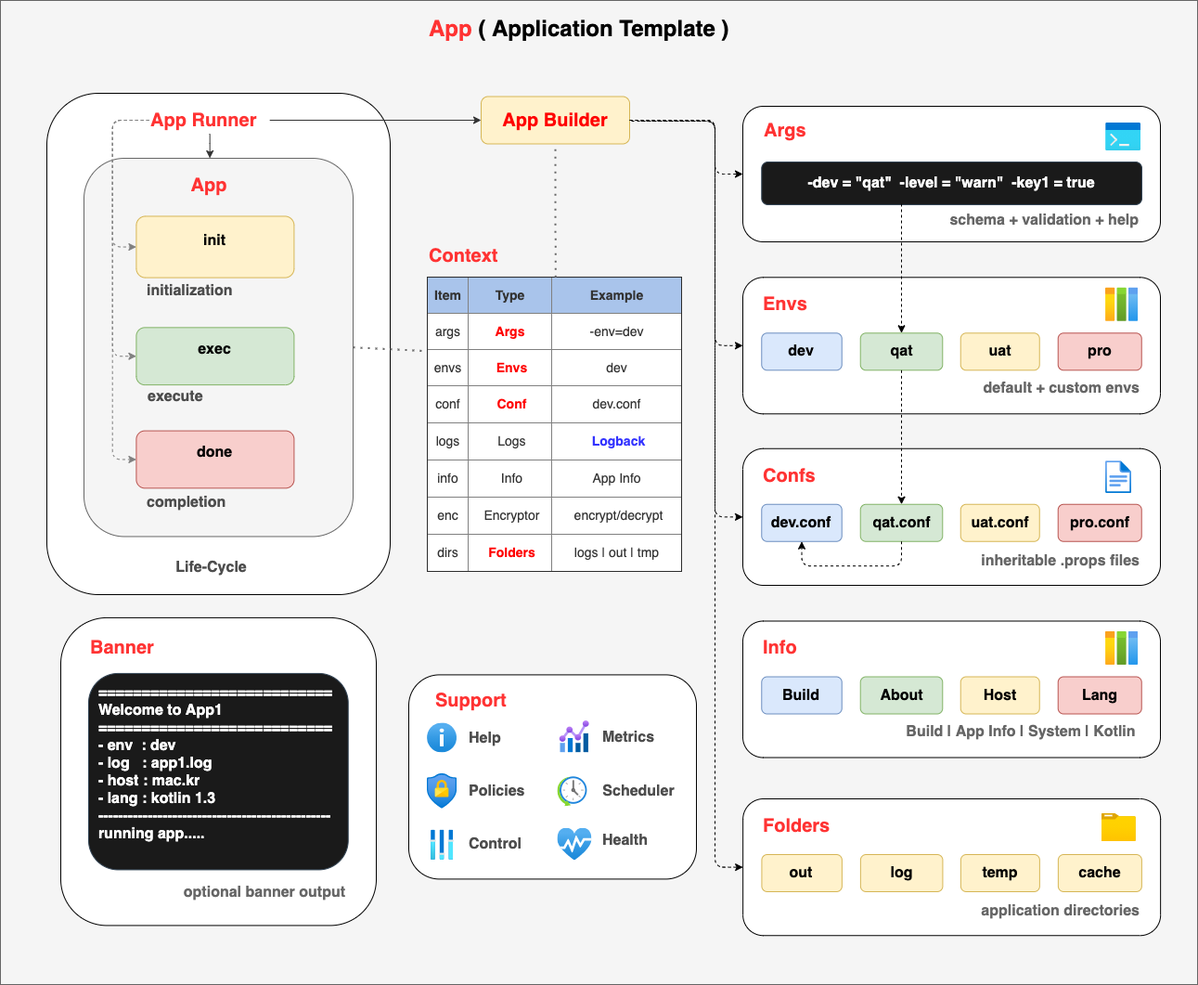
This is doc/diagrams/slatekit-app.png from slatekit/kiit, a draw.io export, as it was before one commit. Source tidied: cells renumbered, new cells last; positions are measured from the earlier drawing's top-left corner, leaving out a move shared by most shapes.
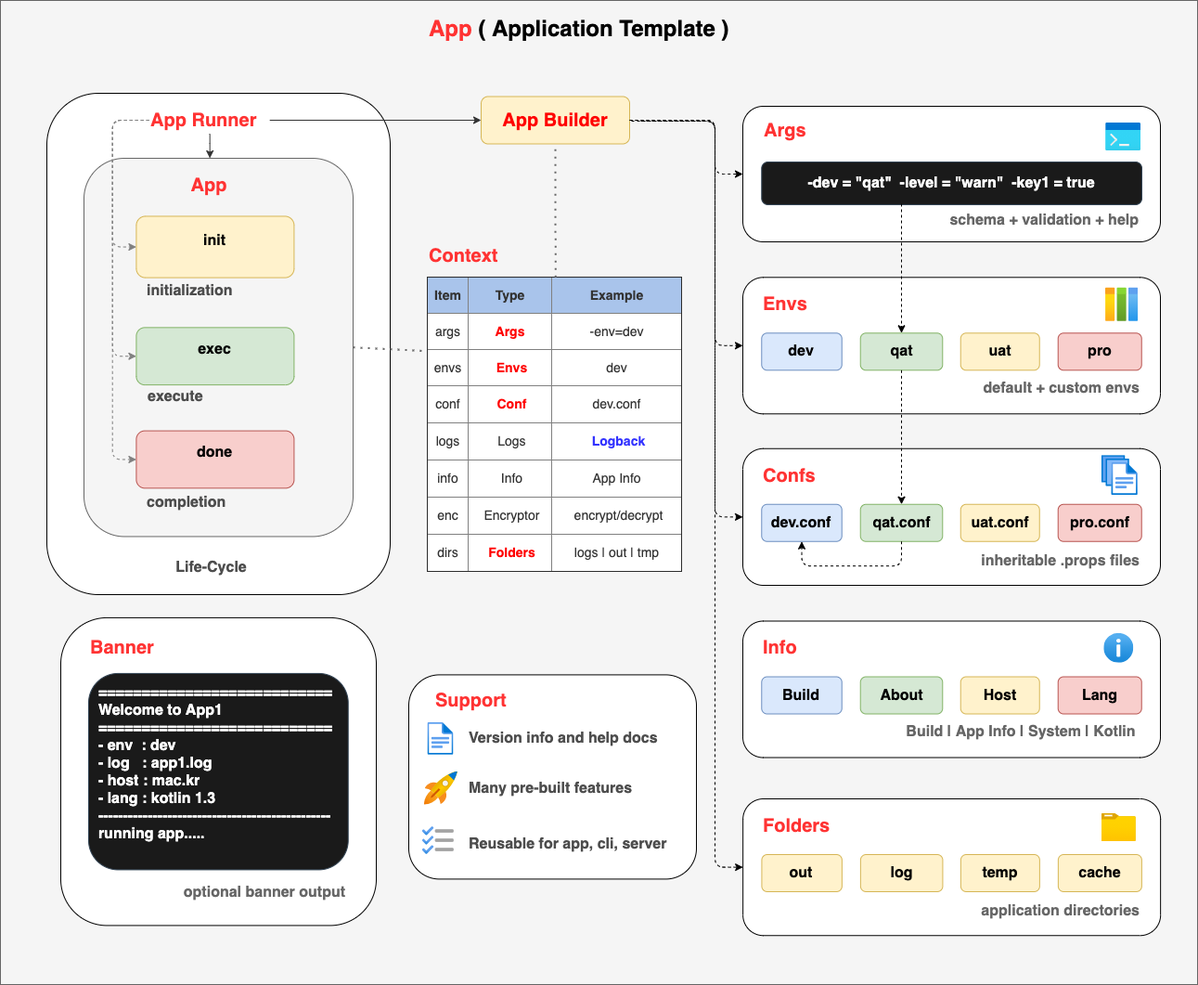
Later version of the same file.

What changed in the source:
```diff
@@ -84,42 +84,12 @@
     <mxCell id="24" value="&lt;div&gt;&lt;b style=&quot;color: rgb(255 , 51 , 51)&quot;&gt;&lt;span style=&quot;font-size: 20px&quot;&gt;Support&lt;/span&gt;&lt;/b&gt;&lt;/div&gt;" style="text;html=1;strokeColor=none;fillColor=none;align=left;verticalAlign=middle;whiteSpace=wrap;rounded=0;" parent="1" vertex="1">
       <mxGeometry x="466.6" y="738.5" width="130" height="30" as="geometry" />
     </mxCell>
-    <mxCell id="25" value="&lt;font style=&quot;font-size: 16px&quot;&gt;&lt;b&gt;Metrics&lt;/b&gt;&lt;/font&gt;" style="text;html=1;strokeColor=none;fillColor=none;align=left;verticalAlign=middle;whiteSpace=wrap;rounded=0;fontColor=#4D4D4D;" parent="1" vertex="1">
-      <mxGeometry x="646.6" y="784.4" width="80" height="20" as="geometry" />
-    </mxCell>
-    <mxCell id="26" style="html=1;align=center;image;fontSize=12;image=img/lib/azure2/general/Information.svg;" parent="1" vertex="1">
-      <mxGeometry x="460.1" y="778.4" width="32" height="32" as="geometry" />
-    </mxCell>
-    <mxCell id="27" value="&lt;font style=&quot;font-size: 16px&quot;&gt;&lt;b&gt;Help&lt;/b&gt;&lt;/font&gt;" style="text;html=1;strokeColor=none;fillColor=none;align=left;verticalAlign=middle;whiteSpace=wrap;rounded=0;fontColor=#4D4D4D;" parent="1" vertex="1">
-      <mxGeometry x="503.1" y="785.4" width="80" height="20" as="geometry" />
+    <mxCell id="27" value="&lt;font style=&quot;font-size: 16px&quot;&gt;&lt;b&gt;Version info and help docs&lt;/b&gt;&lt;/font&gt;" style="text;html=1;strokeColor=none;fillColor=none;align=left;verticalAlign=middle;whiteSpace=wrap;rounded=0;fontColor=#4D4D4D;" parent="1" vertex="1">
+      <mxGeometry x="503" y="785.4" width="216.9" height="20" as="geometry" />
     </mxCell>
-    <mxCell id="28" style="html=1;align=center;image;fontSize=12;image=img/lib/azure2/general/Scheduler.svg;" parent="1" vertex="1">
-      <mxGeometry x="600.4" y="836.4" width="31.5" height="31.5" as="geometry" />
-    </mxCell>
-    <mxCell id="29" value="&lt;font style=&quot;font-size: 16px&quot;&gt;&lt;b&gt;Scheduler&lt;/b&gt;&lt;/font&gt;" style="text;html=1;strokeColor=none;fillColor=none;align=center;verticalAlign=middle;whiteSpace=wrap;rounded=0;fontColor=#4D4D4D;" parent="1" vertex="1">
-      <mxGeometry x="648.2" y="841.9" width="80" height="20" as="geometry" />
-    </mxCell>
-    <mxCell id="30" style="html=1;align=center;image;fontSize=12;image=img/lib/azure2/management_governance/Metrics.svg;" parent="1" vertex="1">
-      <mxGeometry x="602.7" y="776.2" width="31.6" height="34.2" as="geometry" />
-    </mxCell>
-    <mxCell id="31" value="&lt;font style=&quot;font-size: 16px&quot;&gt;&lt;b&gt;Policies&lt;/b&gt;&lt;/font&gt;" style="text;html=1;strokeColor=none;fillColor=none;align=left;verticalAlign=middle;whiteSpace=wrap;rounded=0;fontColor=#4D4D4D;" parent="1" vertex="1">
-      <mxGeometry x="503.1" y="841.9" width="80" height="20" as="geometry" />
+    <mxCell id="31" value="&lt;span style=&quot;font-size: 16px&quot;&gt;&lt;b&gt;Reusable for app, cli, server&lt;/b&gt;&lt;/span&gt;" style="text;html=1;strokeColor=none;fillColor=none;align=left;verticalAlign=middle;whiteSpace=wrap;rounded=0;fontColor=#4D4D4D;" parent="1" vertex="1">
+      <mxGeometry x="503.5" y="899.1" width="216.5" height="20" as="geometry" />
     </mxCell>
-    <mxCell id="32" style="html=1;align=center;image;fontSize=12;image=img/lib/azure2/security/Conditional_Access.svg;rounded=1;glass=1;" parent="1" vertex="1">
-      <mxGeometry x="460.1" y="832.8" width="31.5" height="38.2" as="geometry" />
-    </mxCell>
-    <mxCell id="33" style="html=1;align=center;image;fontSize=12;image=img/lib/azure2/general/Controls.svg;rounded=0;glass=0;strokeColor=#D79B00;strokeWidth=1;fillColor=#66B2FF;gradientColor=none;" parent="1" vertex="1">
-      <mxGeometry x="463.1" y="893.8" width="25.8" height="31.8" as="geometry" />
-    </mxCell>
-    <mxCell id="34" value="&lt;font style=&quot;font-size: 16px&quot;&gt;&lt;b&gt;Control&lt;/b&gt;&lt;/font&gt;" style="text;html=1;strokeColor=none;fillColor=none;align=left;verticalAlign=middle;whiteSpace=wrap;rounded=0;fontColor=#4D4D4D;" parent="1" vertex="1">
-      <mxGeometry x="503" y="898.6" width="80" height="20" as="geometry" />
-    </mxCell>
-    <mxCell id="35" style="html=1;align=center;image;fontSize=12;image=img/lib/azure2/general/Service_Health.svg;rounded=0;glass=0;strokeColor=#D79B00;strokeWidth=1;fillColor=#66B2FF;gradientColor=none;" parent="1" vertex="1">
-      <mxGeometry x="600.4" y="891.6" width="37" height="34.8" as="geometry" />
-    </mxCell>
-    <mxCell id="36" value="&lt;font style=&quot;font-size: 16px&quot;&gt;&lt;b&gt;Health&lt;/b&gt;&lt;/font&gt;" style="text;html=1;strokeColor=none;fillColor=none;align=left;verticalAlign=middle;whiteSpace=wrap;rounded=0;fontColor=#4D4D4D;" parent="1" vertex="1">
-      <mxGeometry x="646.6" y="895" width="80" height="20" as="geometry" />
-    </mxCell>
     <mxCell id="37" value="&lt;div&gt;&lt;b style=&quot;color: rgb(255 , 51 , 51)&quot;&gt;&lt;font style=&quot;font-size: 20px&quot;&gt;Context&lt;/font&gt;&lt;/b&gt;&lt;/div&gt;" style="text;html=1;strokeColor=none;fillColor=none;align=left;verticalAlign=middle;whiteSpace=wrap;rounded=0;" parent="1" vertex="1">
       <mxGeometry x="460.1" y="260" width="130" height="30" as="geometry" />
     </mxCell>
@@ -199,7 +169,7 @@
       </mxGeometry>
     </mxCell>
     <mxCell id="61" style="html=1;align=center;image;fontSize=12;image=img/lib/azure2/general/File.svg;fillColor=#1A1A1A;" parent="1" vertex="1">
-      <mxGeometry x="1191.1" y="496.1" width="28.4" height="35" as="geometry" />
+      <mxGeometry x="460.5" y="777.9" width="28.4" height="35" as="geometry" />
     </mxCell>
     <mxCell id="62" value="&lt;div&gt;&lt;b style=&quot;font-size: 16px&quot;&gt;schema + validation + help&lt;/b&gt;&lt;/div&gt;" style="text;html=1;strokeColor=none;fillColor=none;align=right;verticalAlign=middle;whiteSpace=wrap;rounded=0;fontColor=#666666;" parent="1" vertex="1">
       <mxGeometry x="960" y="222" width="269.4" height="30" as="geometry" />
@@ -276,9 +246,6 @@
     <mxCell id="80" value="&lt;b&gt;&lt;font style=&quot;font-size: 16px&quot;&gt;Lang&lt;/font&gt;&lt;/b&gt;" style="rounded=1;whiteSpace=wrap;html=1;fillColor=#f8cecc;strokeColor=#b85450;" parent="1" vertex="1">
       <mxGeometry x="1139.7" y="728.5" width="90" height="40" as="geometry" />
     </mxCell>
-    <mxCell id="81" style="html=1;align=center;image;fontSize=12;image=img/lib/azure2/general/Journey_Hub.svg;fillColor=#1A1A1A;" parent="1" vertex="1">
-      <mxGeometry x="1191.1" y="680" width="34.5" height="36.2" as="geometry" />
-    </mxCell>
     <mxCell id="82" value="&lt;span style=&quot;font-size: 16px&quot;&gt;&lt;b&gt;Build | App Info | System | Kotlin&amp;nbsp;&lt;/b&gt;&lt;/span&gt;" style="text;html=1;strokeColor=none;fillColor=none;align=right;verticalAlign=middle;whiteSpace=wrap;rounded=0;fontColor=#666666;" parent="1" vertex="1">
       <mxGeometry x="950" y="773.1" width="280" height="30" as="geometry" />
     </mxCell>
@@ -294,5 +261,20 @@
     <mxCell id="86" value="&lt;span style=&quot;font-size: 16px&quot;&gt;&lt;b&gt;optional banner output&lt;/b&gt;&lt;/span&gt;" style="text;html=1;strokeColor=none;fillColor=none;align=right;verticalAlign=middle;whiteSpace=wrap;rounded=0;fontColor=#666666;" parent="1" vertex="1">
       <mxGeometry x="105.3" y="946.4" width="269.4" height="30" as="geometry" />
     </mxCell>
+    <mxCell id="87" style="html=1;align=center;image;fontSize=12;image=img/lib/azure2/general/Information.svg;" parent="1" vertex="1">
+      <mxGeometry x="1189.3" y="681.8" width="32" height="32" as="geometry" />
+    </mxCell>
+    <mxCell id="88" style="html=1;align=center;image;fontSize=12;image=img/lib/azure2/general/Backlog.svg;fillColor=#1A1A1A;" parent="1" vertex="1">
+      <mxGeometry x="454.9" y="890" width="34" height="30" as="geometry" />
+    </mxCell>
+    <mxCell id="89" value="&lt;span style=&quot;font-size: 16px&quot;&gt;&lt;b&gt;Many pre-built features&lt;/b&gt;&lt;/span&gt;" style="text;html=1;strokeColor=none;fillColor=none;align=left;verticalAlign=middle;whiteSpace=wrap;rounded=0;fontColor=#4D4D4D;" parent="1" vertex="1">
+      <mxGeometry x="503.5" y="838.5" width="216.9" height="20" as="geometry" />
+    </mxCell>
+    <mxCell id="90" style="html=1;align=center;image;fontSize=12;image=img/lib/azure2/general/Files.svg;fillColor=#1A1A1A;" parent="1" vertex="1">
+      <mxGeometry x="1186.8" y="490.1" width="39.3" height="43" as="geometry" />
+    </mxCell>
+    <mxCell id="91" style="html=1;align=center;image;fontSize=12;image=img/lib/azure2/general/Quickstart_Center.svg;fillColor=#1A1A1A;" parent="1" vertex="1">
+      <mxGeometry x="456.8" y="830.7" width="35.7" height="35.7" as="geometry" />
+    </mxCell>
   </root>
 </mxGraphModel>
```
